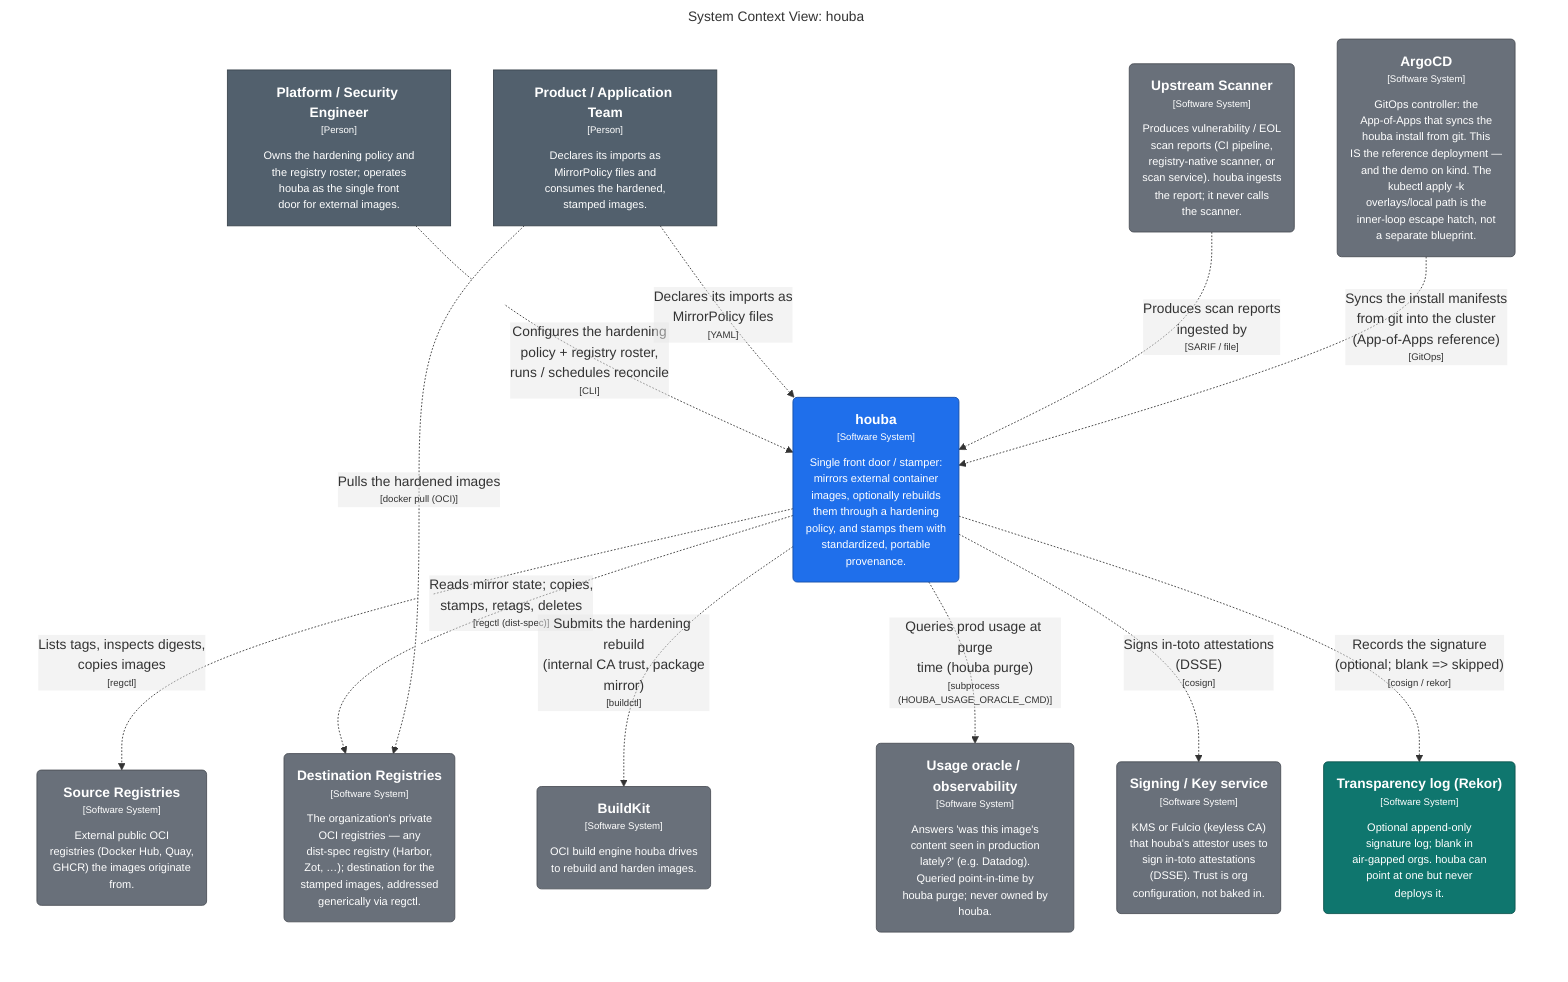
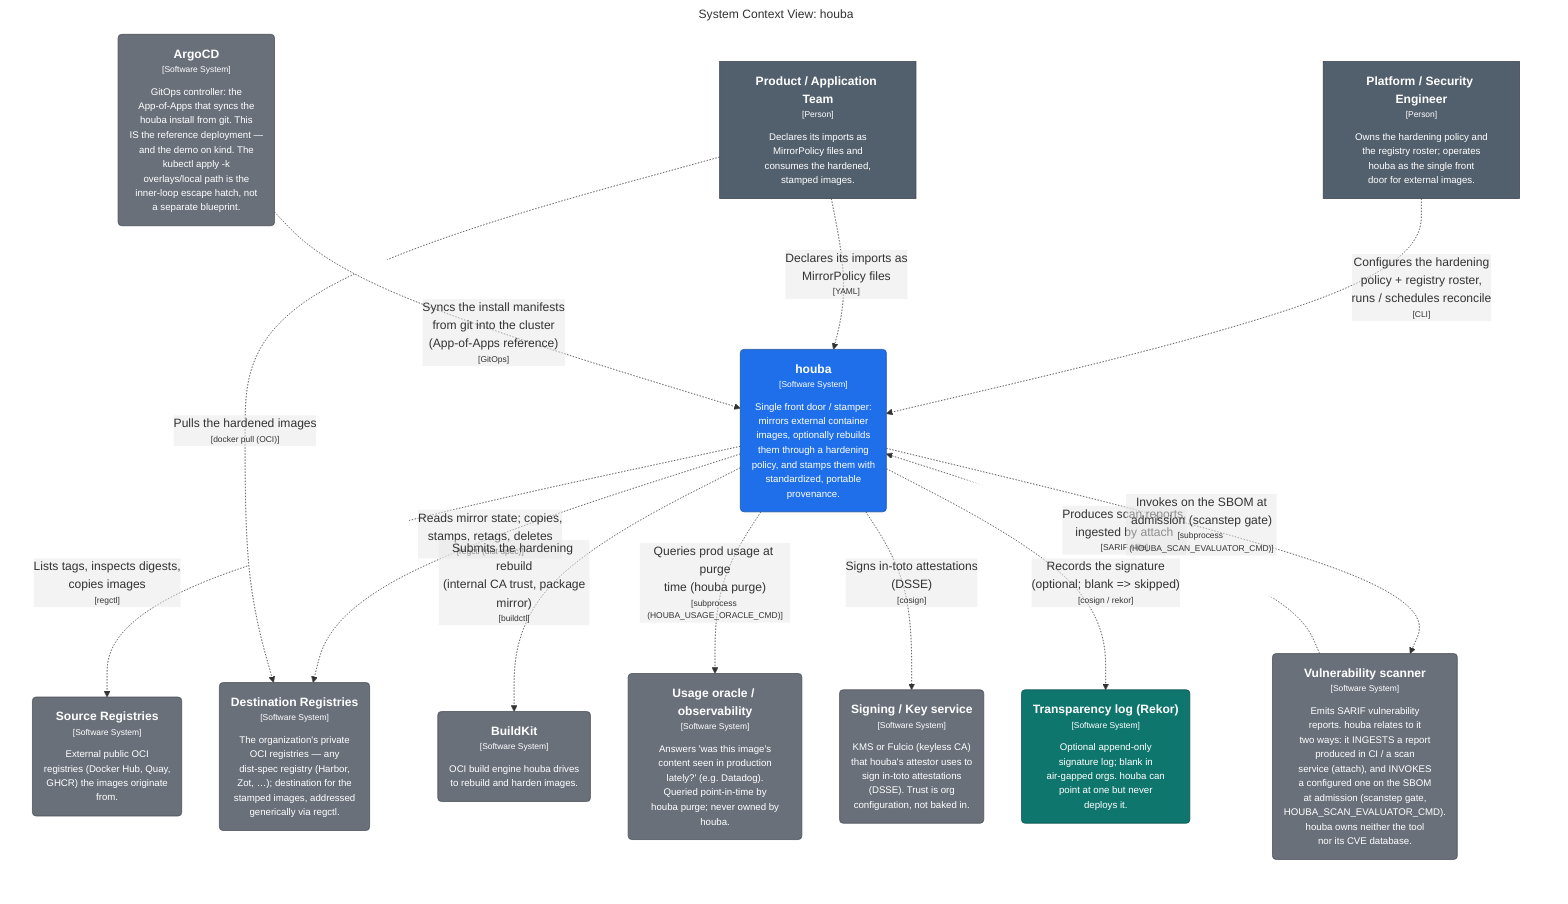
graph LR
  linkStyle default fill:#ffffff

  subgraph diagram ["System Context View: houba"]
    style diagram fill:#ffffff,stroke:#ffffff

    1["<div style='font-weight: bold'>Platform / Security Engineer</div><div style='font-size: 70%; margin-top: 0px'>[Person]</div><div style='font-size: 80%; margin-top:10px'>Owns the hardening policy and<br />the registry roster; operates<br />houba as the single front<br />door for external images.</div>"]
    style 1 fill:#52606d,stroke:#39434c,color:#ffffff
    2["<div style='font-weight: bold'>Product / Application Team</div><div style='font-size: 70%; margin-top: 0px'>[Person]</div><div style='font-size: 80%; margin-top:10px'>Declares its imports as<br />MirrorPolicy files and<br />consumes the hardened,<br />stamped images.</div>"]
    style 2 fill:#52606d,stroke:#39434c,color:#ffffff
    4("<div style='font-weight: bold'>houba</div><div style='font-size: 70%; margin-top: 0px'>[Software System]</div><div style='font-size: 80%; margin-top:10px'>Single front door / stamper:<br />mirrors external container<br />images, optionally rebuilds<br />them through a hardening<br />policy, and stamps them with<br />standardized, portable<br />provenance.</div>")
    style 4 fill:#1f6feb,stroke:#154da4,color:#ffffff
    52("<div style='font-weight: bold'>Source Registries</div><div style='font-size: 70%; margin-top: 0px'>[Software System]</div><div style='font-size: 80%; margin-top:10px'>External public OCI<br />registries (Docker Hub, Quay,<br />GHCR) the images originate<br />from.</div>")
    style 52 fill:#69707a,stroke:#494e55,color:#ffffff
    53("<div style='font-weight: bold'>Destination Registries</div><div style='font-size: 70%; margin-top: 0px'>[Software System]</div><div style='font-size: 80%; margin-top:10px'>The organization's private<br />OCI registries — any<br />dist-spec registry (Harbor,<br />Zot, …); destination for the<br />stamped images, addressed<br />generically via regctl.</div>")
    style 53 fill:#69707a,stroke:#494e55,color:#ffffff
    54("<div style='font-weight: bold'>BuildKit</div><div style='font-size: 70%; margin-top: 0px'>[Software System]</div><div style='font-size: 80%; margin-top:10px'>OCI build engine houba drives<br />to rebuild and harden images.</div>")
    style 54 fill:#69707a,stroke:#494e55,color:#ffffff
    58("<div style='font-weight: bold'>Usage oracle / observability</div><div style='font-size: 70%; margin-top: 0px'>[Software System]</div><div style='font-size: 80%; margin-top:10px'>Answers 'was this image's<br />content seen in production<br />lately?' (e.g. Datadog).<br />Queried point-in-time by<br />houba purge; never owned by<br />houba.</div>")
    style 58 fill:#69707a,stroke:#494e55,color:#ffffff
    59("<div style='font-weight: bold'>Signing / Key service</div><div style='font-size: 70%; margin-top: 0px'>[Software System]</div><div style='font-size: 80%; margin-top:10px'>KMS or Fulcio (keyless CA)<br />that houba's attestor uses to<br />sign in-toto attestations<br />(DSSE). Trust is org<br />configuration, not baked in.</div>")
    style 59 fill:#69707a,stroke:#494e55,color:#ffffff
    60("<div style='font-weight: bold'>Transparency log (Rekor)</div><div style='font-size: 70%; margin-top: 0px'>[Software System]</div><div style='font-size: 80%; margin-top:10px'>Optional append-only<br />signature log; blank in<br />air-gapped orgs. houba can<br />point at one but never<br />deploys it.</div>")
    style 60 fill:#0f766e,stroke:#0a524d,color:#ffffff
-     61("<div style='font-weight: bold'>Upstream Scanner</div><div style='font-size: 70%; margin-top: 0px'>[Software System]</div><div style='font-size: 80%; margin-top:10px'>Produces vulnerability / EOL<br />scan reports (CI pipeline,<br />registry-native scanner, or<br />scan service). houba ingests<br />the report; it never calls<br />the scanner.</div>")
+     61("<div style='font-weight: bold'>Vulnerability scanner</div><div style='font-size: 70%; margin-top: 0px'>[Software System]</div><div style='font-size: 80%; margin-top:10px'>Emits SARIF vulnerability<br />reports. houba relates to it<br />two ways: it INGESTS a report<br />produced in CI / a scan<br />service (attach), and INVOKES<br />a configured one on the SBOM<br />at admission (scanstep gate,<br />HOUBA_SCAN_EVALUATOR_CMD).<br />houba owns neither the tool<br />nor its CVE database.</div>")
    style 61 fill:#69707a,stroke:#494e55,color:#ffffff
    62("<div style='font-weight: bold'>ArgoCD</div><div style='font-size: 70%; margin-top: 0px'>[Software System]</div><div style='font-size: 80%; margin-top:10px'>GitOps controller: the<br />App-of-Apps that syncs the<br />houba install from git. This<br />IS the reference deployment —<br />and the demo on kind. The<br />kubectl apply -k<br />overlays/local path is the<br />inner-loop escape hatch, not<br />a separate blueprint.</div>")
    style 62 fill:#69707a,stroke:#494e55,color:#ffffff

    1-. "<div>Configures the hardening<br />policy + registry roster,<br />runs / schedules reconcile</div><div style='font-size: 70%'>[CLI]</div>" .->4
    2-. "<div>Declares its imports as<br />MirrorPolicy files</div><div style='font-size: 70%'>[YAML]</div>" .->4
    4-. "<div>Lists tags, inspects digests,<br />copies images</div><div style='font-size: 70%'>[regctl]</div>" .->52
    4-. "<div>Reads mirror state; copies,<br />stamps, retags, deletes</div><div style='font-size: 70%'>[regctl (dist-spec)]</div>" .->53
    4-. "<div>Submits the hardening rebuild<br />(internal CA trust, package<br />mirror)</div><div style='font-size: 70%'>[buildctl]</div>" .->54
    2-. "<div>Pulls the hardened images</div><div style='font-size: 70%'>[docker pull (OCI)]</div>" .->53
    4-. "<div>Queries prod usage at purge<br />time (houba purge)</div><div style='font-size: 70%'>[subprocess (HOUBA_USAGE_ORACLE_CMD)]</div>" .->58
    4-. "<div>Signs in-toto attestations<br />(DSSE)</div><div style='font-size: 70%'>[cosign]</div>" .->59
    4-. "<div>Records the signature<br />(optional; blank => skipped)</div><div style='font-size: 70%'>[cosign / rekor]</div>" .->60
-     61-. "<div>Produces scan reports<br />ingested by</div><div style='font-size: 70%'>[SARIF / file]</div>" .->4
+     61-. "<div>Produces scan reports,<br />ingested by attach</div><div style='font-size: 70%'>[SARIF / file]</div>" .->4
+     4-. "<div>Invokes on the SBOM at<br />admission (scanstep gate)</div><div style='font-size: 70%'>[subprocess (HOUBA_SCAN_EVALUATOR_CMD)]</div>" .->61
    62-. "<div>Syncs the install manifests<br />from git into the cluster<br />(App-of-Apps reference)</div><div style='font-size: 70%'>[GitOps]</div>" .->4

  end